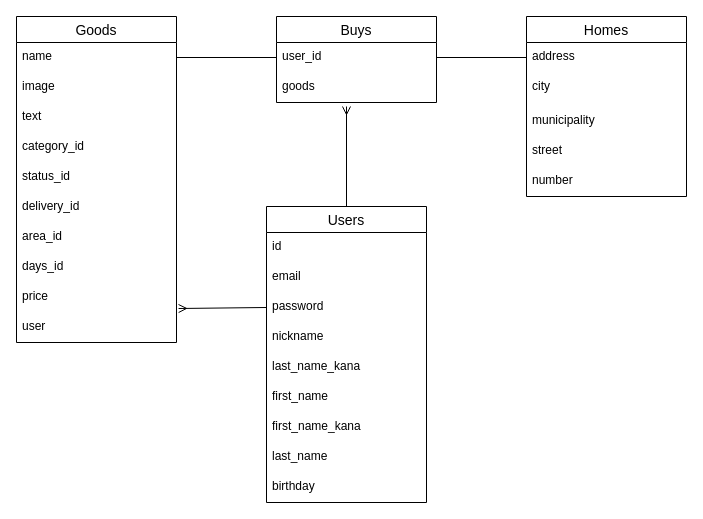
Earlier version of the draw.io diagram frima.dio (kazuma-0312/furima-32617). Source tidied: cells renumbered, new cells numbered last; positions are measured from the earlier drawing's top-left corner, leaving out a move shared by most shapes. Both pictures are drawn from the tidied source at 100%, with x=0, y=0 at pixel (16, 16).
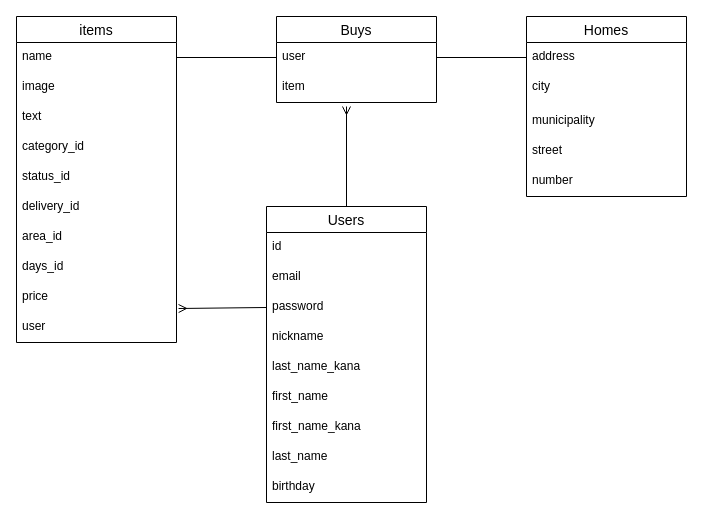
Above is the later version.

The change refers to these unchanged cells:
```xml
<mxCell id="13" value="Buys" style="swimlane;fontStyle=0;horizontal=1;startSize=26;align=center;fontSize=14;" parent="1" vertex="1">
  <mxGeometry x="260" width="160" height="86" as="geometry" />
</mxCell>
```

Diff of the diagram source:
```diff
@@
-    <mxCell id="14" value="user_id" style="text;strokeColor=none;fillColor=none;spacingLeft=4;spacingRight=4;overflow=hidden;points=[[0,0.5],[1,0.5]];portConstraint=eastwest;fontSize=12;" parent="13" vertex="1">
+    <mxCell id="14" value="user" style="text;strokeColor=none;fillColor=none;spacingLeft=4;spacingRight=4;overflow=hidden;points=[[0,0.5],[1,0.5]];portConstraint=eastwest;fontSize=12;" parent="13" vertex="1">
       <mxGeometry y="26" width="160" height="30" as="geometry" />
     </mxCell>
-    <mxCell id="15" value="goods" style="text;strokeColor=none;fillColor=none;spacingLeft=4;spacingRight=4;overflow=hidden;fontSize=12;" parent="13" vertex="1">
+    <mxCell id="15" value="item" style="text;strokeColor=none;fillColor=none;spacingLeft=4;spacingRight=4;overflow=hidden;fontSize=12;" parent="13" vertex="1">
       <mxGeometry y="56" width="160" height="30" as="geometry" />
     </mxCell>
@@
-    <mxCell id="22" value="Goods" style="swimlane;fontStyle=0;horizontal=1;startSize=26;align=center;fontSize=14;" parent="1" vertex="1">
+    <mxCell id="22" value="items" style="swimlane;fontStyle=0;horizontal=1;startSize=26;align=center;fontSize=14;" parent="1" vertex="1">
       <mxGeometry width="160" height="326" as="geometry" />
     </mxCell>
```
